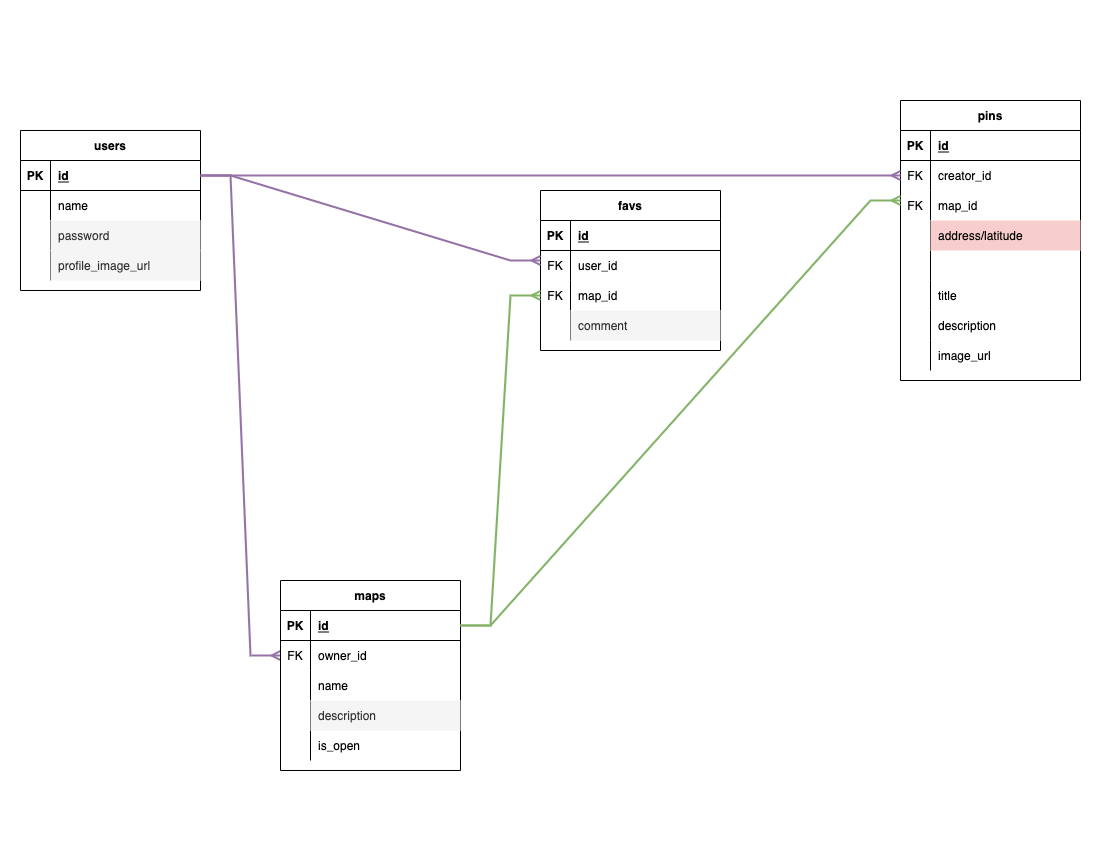
Earlier version of the draw.io export planning/wikimap_ERD.png (GraceWXT/wiki-map). Source tidied: cells renumbered, new cells last; positions are measured from the earlier drawing's top-left corner, leaving out a move shared by most shapes.
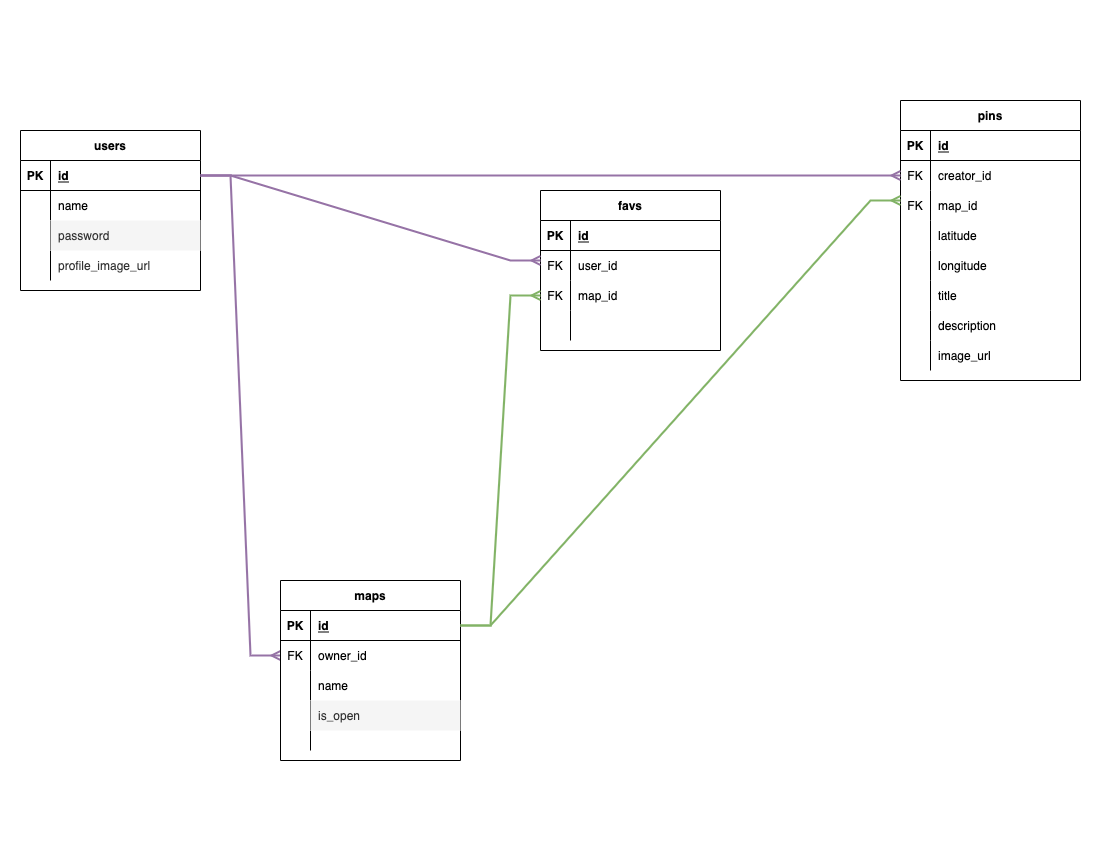
After the change.

Commit message:
Finalize ERD

What changed in the source:
```diff
@@ -41,11 +41,11 @@
     <mxCell id="14" style="shape=partialRectangle;fillColor=none;top=0;left=0;bottom=0;right=0;overflow=hidden;" parent="13" vertex="1">
       <mxGeometry width="30" height="30" as="geometry" />
     </mxCell>
-    <mxCell id="15" value="profile_image_url" style="shape=partialRectangle;fillColor=#f5f5f5;top=0;left=0;bottom=0;right=0;align=left;spacingLeft=6;overflow=hidden;fontColor=#333333;strokeColor=#666666;" parent="13" vertex="1">
+    <mxCell id="15" value="profile_image_url" style="shape=partialRectangle;fillColor=none;top=0;left=0;bottom=0;right=0;align=left;spacingLeft=6;overflow=hidden;fontColor=#333333;strokeColor=#666666;" parent="13" vertex="1">
       <mxGeometry x="30" width="150" height="30" as="geometry" />
     </mxCell>
     <mxCell id="16" value="maps" style="shape=table;startSize=30;rowLines=0;fontStyle=1;align=center;" parent="1" vertex="1">
-      <mxGeometry x="260" y="480" width="180" height="190" as="geometry" />
+      <mxGeometry x="260" y="480" width="180" height="180" as="geometry" />
     </mxCell>
     <mxCell id="17" style="shape=tableRow;horizontal=0;startSize=0;swimlaneHead=0;swimlaneBody=0;fillColor=none;points=[[0,0.5],[1,0.5]];portConstraint=eastwest;top=0;left=0;right=0;bottom=1;" parent="16" vertex="1">
       <mxGeometry y="30" width="180" height="30" as="geometry" />
@@ -74,24 +74,24 @@
     <mxCell id="25" value="name" style="shape=partialRectangle;fillColor=none;top=0;left=0;bottom=0;right=0;align=left;spacingLeft=6;overflow=hidden;" parent="23" vertex="1">
       <mxGeometry x="30" width="150" height="30" as="geometry" />
     </mxCell>
+    <mxCell id="29" style="shape=tableRow;horizontal=0;startSize=0;swimlaneHead=0;swimlaneBody=0;fillColor=none;top=0;left=0;right=0;bottom=0;" parent="16" vertex="1">
+      <mxGeometry y="120" width="180" height="30" as="geometry" />
+    </mxCell>
+    <mxCell id="30" style="shape=partialRectangle;fillColor=none;top=0;left=0;bottom=0;right=0;overflow=hidden;" parent="29" vertex="1">
+      <mxGeometry width="30" height="30" as="geometry" />
+    </mxCell>
+    <mxCell id="31" value="is_open" style="shape=partialRectangle;fillColor=#f5f5f5;top=0;left=0;bottom=0;right=0;align=left;spacingLeft=6;overflow=hidden;fontColor=#333333;strokeColor=#666666;" parent="29" vertex="1">
+      <mxGeometry x="30" width="150" height="30" as="geometry" />
+    </mxCell>
     <mxCell id="26" style="shape=tableRow;horizontal=0;startSize=0;swimlaneHead=0;swimlaneBody=0;fillColor=none;top=0;left=0;right=0;bottom=0;" parent="16" vertex="1">
-      <mxGeometry y="120" width="180" height="30" as="geometry" />
+      <mxGeometry y="150" width="180" height="20" as="geometry" />
     </mxCell>
     <mxCell id="27" style="shape=partialRectangle;fillColor=none;top=0;left=0;bottom=0;right=0;overflow=hidden;" parent="26" vertex="1">
-      <mxGeometry width="30" height="30" as="geometry" />
+      <mxGeometry width="30" height="20" as="geometry" />
     </mxCell>
-    <mxCell id="28" value="description" style="shape=partialRectangle;fillColor=#f5f5f5;top=0;left=0;bottom=0;right=0;align=left;spacingLeft=6;overflow=hidden;fontColor=#333333;strokeColor=#666666;" parent="26" vertex="1">
-      <mxGeometry x="30" width="150" height="30" as="geometry" />
+    <mxCell id="28" style="shape=partialRectangle;fillColor=none;top=0;left=0;bottom=0;right=0;align=left;spacingLeft=6;overflow=hidden;fontColor=#333333;strokeColor=#666666;" parent="26" vertex="1">
+      <mxGeometry x="30" width="150" height="20" as="geometry" />
     </mxCell>
-    <mxCell id="29" style="shape=tableRow;horizontal=0;startSize=0;swimlaneHead=0;swimlaneBody=0;fillColor=none;top=0;left=0;right=0;bottom=0;" parent="16" vertex="1">
-      <mxGeometry y="150" width="180" height="30" as="geometry" />
-    </mxCell>
-    <mxCell id="30" style="shape=partialRectangle;fillColor=none;top=0;left=0;bottom=0;right=0;overflow=hidden;" parent="29" vertex="1">
-      <mxGeometry width="30" height="30" as="geometry" />
-    </mxCell>
-    <mxCell id="31" value="is_open" style="shape=partialRectangle;fillColor=none;top=0;left=0;bottom=0;right=0;align=left;spacingLeft=6;overflow=hidden;" parent="29" vertex="1">
-      <mxGeometry x="30" width="150" height="30" as="geometry" />
-    </mxCell>
     <mxCell id="32" value="favs" style="shape=table;startSize=30;rowLines=0;fontStyle=1;align=center;" parent="1" vertex="1">
       <mxGeometry x="520" y="90" width="180" height="160" as="geometry" />
     </mxCell>
@@ -128,7 +128,7 @@
     <mxCell id="43" style="shape=partialRectangle;fillColor=none;top=0;left=0;bottom=0;right=0;overflow=hidden;" parent="42" vertex="1">
       <mxGeometry width="30" height="30" as="geometry" />
     </mxCell>
-    <mxCell id="44" value="comment" style="shape=partialRectangle;fillColor=#f5f5f5;top=0;left=0;bottom=0;right=0;align=left;spacingLeft=6;overflow=hidden;fontColor=#333333;strokeColor=#666666;" parent="42" vertex="1">
+    <mxCell id="44" style="shape=partialRectangle;fillColor=none;top=0;left=0;bottom=0;right=0;align=left;spacingLeft=6;overflow=hidden;fontColor=#333333;strokeColor=#666666;" parent="42" vertex="1">
       <mxGeometry x="30" width="150" height="30" as="geometry" />
     </mxCell>
     <mxCell id="45" value="pins" style="shape=table;startSize=30;rowLines=0;fontStyle=1;align=center;" parent="1" vertex="1">
@@ -167,7 +167,7 @@
     <mxCell id="56" style="shape=partialRectangle;fillColor=none;top=0;left=0;bottom=0;right=0;overflow=hidden;" parent="55" vertex="1">
       <mxGeometry width="30" height="30" as="geometry" />
     </mxCell>
-    <mxCell id="57" value="address/latitude" style="shape=partialRectangle;fillColor=#f8cecc;top=0;left=0;bottom=0;right=0;align=left;spacingLeft=6;overflow=hidden;strokeColor=#b85450;" parent="55" vertex="1">
+    <mxCell id="57" value="latitude" style="shape=partialRectangle;top=0;left=0;bottom=0;right=0;align=left;spacingLeft=6;overflow=hidden;fillColor=none;" parent="55" vertex="1">
       <mxGeometry x="30" width="150" height="30" as="geometry" />
     </mxCell>
     <mxCell id="58" style="shape=tableRow;horizontal=0;startSize=0;swimlaneHead=0;swimlaneBody=0;fillColor=none;top=0;left=0;right=0;bottom=0;" parent="45" vertex="1">
@@ -176,7 +176,7 @@
     <mxCell id="59" style="shape=partialRectangle;fillColor=none;top=0;left=0;bottom=0;right=0;overflow=hidden;" parent="58" vertex="1">
       <mxGeometry width="30" height="30" as="geometry" />
     </mxCell>
-    <mxCell id="60" style="shape=partialRectangle;fillColor=none;top=0;left=0;bottom=0;right=0;align=left;spacingLeft=6;overflow=hidden;" parent="58" vertex="1">
+    <mxCell id="60" value="longitude" style="shape=partialRectangle;fillColor=none;top=0;left=0;bottom=0;right=0;align=left;spacingLeft=6;overflow=hidden;" parent="58" vertex="1">
       <mxGeometry x="30" width="150" height="30" as="geometry" />
     </mxCell>
     <mxCell id="61" style="shape=tableRow;horizontal=0;startSize=0;swimlaneHead=0;swimlaneBody=0;fillColor=none;top=0;left=0;right=0;bottom=0;" parent="45" vertex="1">
```
